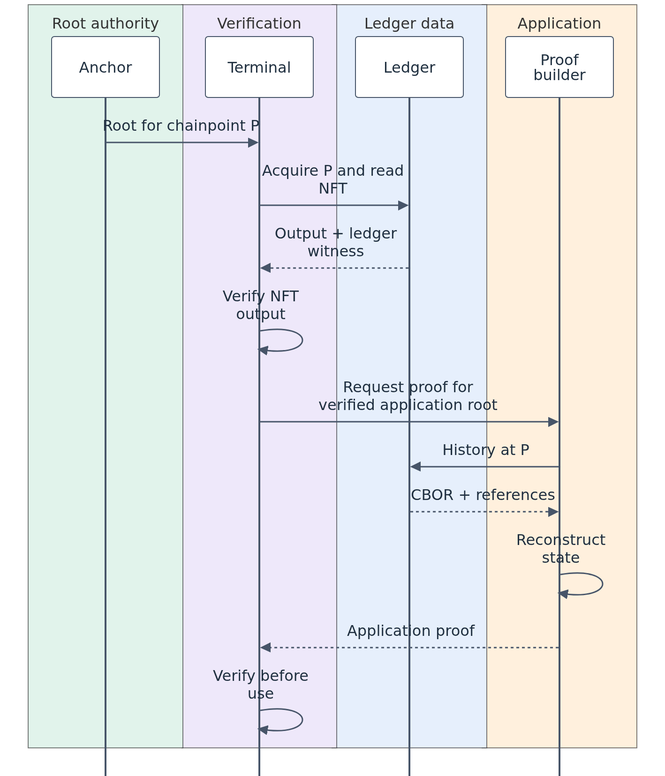
Before: docs/diagrams/proof-composition.png, a diagram exported from Mermaid (lambdasistemi/lockness). Its source is kept beside it as docs/diagrams/proof-composition.mmd.
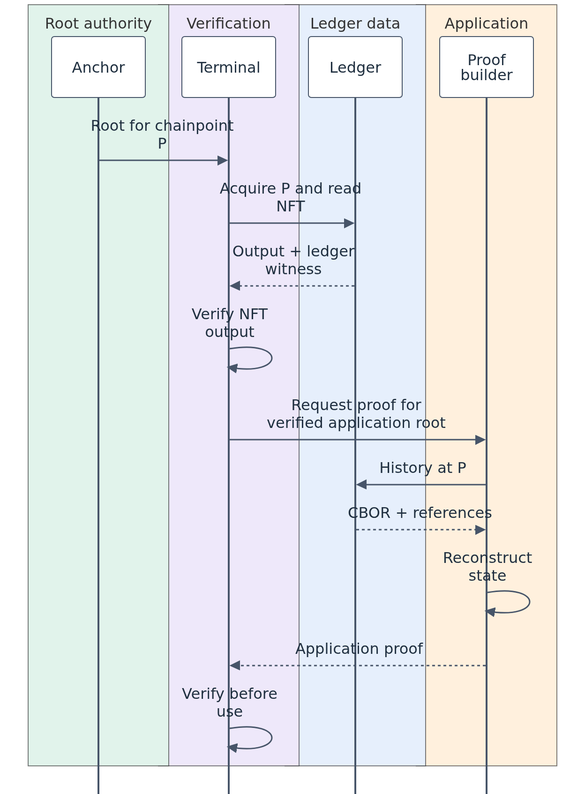
Above is the later version.

Diff of the diagram source:
```diff
@@ -10,10 +10,13 @@
     signalColor: "#475569"
     signalTextColor: "#203040"
   sequence:
-    actorMargin: 25
+    actorMargin: 15
     messageMargin: 30
     mirrorActors: false
-    width: 115
+    width: 100
+    actorFontSize: 15
+    messageFontSize: 15
+    noteFontSize: 15
     wrap: true
     useMaxWidth: false
 ---
```
